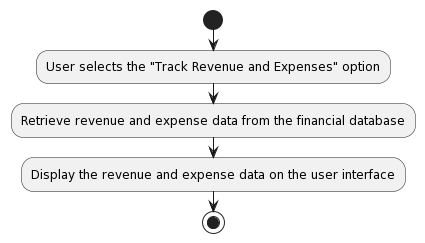
Before: Lab1.2/ActivityDiagram/Track Revenue and Expenses.png, a diagram exported from PlantUML (baonehe/SE357-Pratice-class). The source it was exported from:
```plantuml
@startuml
!define TRACK_REVENUE_EXPENSES <<(A,green) Track Revenue and Expenses>>

start
:User selects the "Track Revenue and Expenses" option;
:Retrieve revenue and expense data from the financial database;
:Display the revenue and expense data on the user interface;
stop
@enduml
```
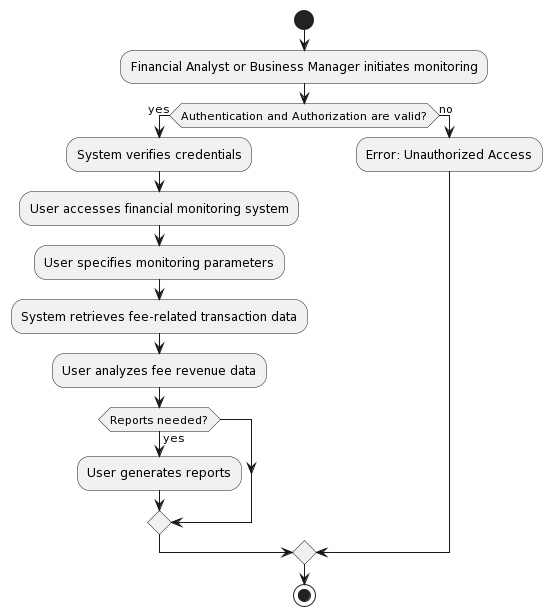
After the change.

What changed in the source:
```diff
@@ -1,9 +1,22 @@
 @startuml
-!define TRACK_REVENUE_EXPENSES <<(A,green) Track Revenue and Expenses>>
+skinparam activity {
+  BackgroundColor<<monitor>> LightYellow
+  BorderColor<<monitor>> DarkGoldenRod
+}
 
 start
-:User selects the "Track Revenue and Expenses" option;
-:Retrieve revenue and expense data from the financial database;
-:Display the revenue and expense data on the user interface;
+:Financial Analyst or Business Manager initiates monitoring;
+if (Authentication and Authorization are valid?) then (yes)
+  :System verifies credentials;
+  :User accesses financial monitoring system;
+  :User specifies monitoring parameters;
+  :System retrieves fee-related transaction data;
+  :User analyzes fee revenue data;
+  if (Reports needed?) then (yes)
+    :User generates reports;
+  endif
+else (no)
+  :Error: Unauthorized Access;
+endif
 stop
 @enduml
```
